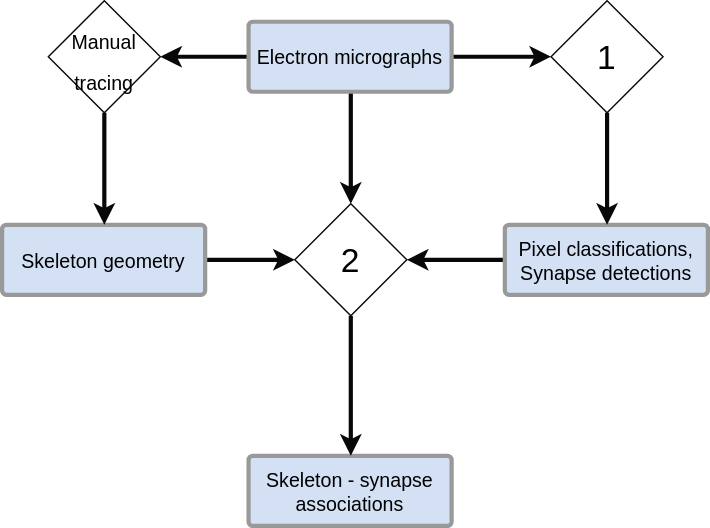
The draw.io diagram architecture/simple_architecture_v2.svg in k-dominik/skeleton_synapses, before a commit. Source tidied: cells renumbered, new cells last; positions are measured from the earlier drawing's top-left corner, leaving out a move shared by most shapes.
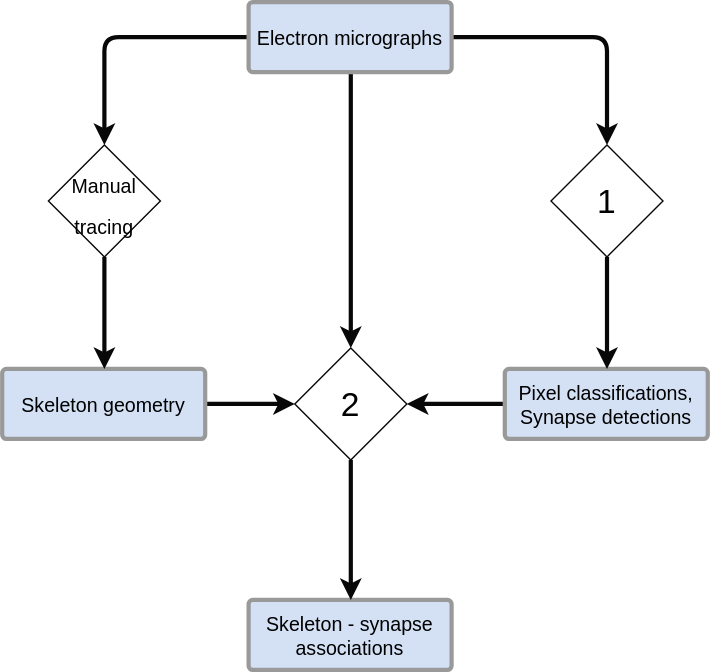
The same file after the commit.

What changed in the source:
```diff
@@ -2,17 +2,17 @@
   <root>
     <mxCell id="0" />
     <mxCell id="1" parent="0" />
+    <mxCell id="3" style="edgeStyle=orthogonalEdgeStyle;rounded=1;html=1;exitX=0.5;exitY=1;exitPerimeter=0;entryX=0.5;entryY=0;startArrow=none;startFill=0;endArrow=classic;endFill=1;jettySize=auto;strokeColor=#080808;strokeWidth=3;fontSize=24;" parent="1" edge="1" source="5" target="14">
+      <mxGeometry relative="1" as="geometry" />
+    </mxCell>
-    <mxCell id="2" style="edgeStyle=orthogonalEdgeStyle;rounded=1;html=1;exitX=1;exitY=0.5;exitPerimeter=0;entryX=0;entryY=0.5;startArrow=none;startFill=0;endArrow=classic;endFill=1;jettySize=auto;strokeColor=#080808;strokeWidth=3;fontSize=24;" parent="1" edge="1" source="5" target="12">
+    <mxCell id="2" style="edgeStyle=orthogonalEdgeStyle;rounded=1;html=1;exitX=1;exitY=0.5;exitPerimeter=0;entryX=0.5;entryY=0;startArrow=none;startFill=0;endArrow=classic;endFill=1;jettySize=auto;strokeColor=#080808;strokeWidth=3;fontSize=24;" parent="1" edge="1" source="5" target="12">
       <mxGeometry relative="1" as="geometry" />
     </mxCell>
-    <mxCell id="3" style="edgeStyle=orthogonalEdgeStyle;rounded=1;html=1;exitX=0.5;exitY=1;exitPerimeter=0;entryX=0.5;entryY=0;startArrow=none;startFill=0;endArrow=classic;endFill=1;jettySize=auto;strokeColor=#080808;strokeWidth=3;fontSize=24;" parent="1" edge="1" source="5" target="14">
-      <mxGeometry relative="1" as="geometry" />
-    </mxCell>
-    <mxCell id="4" style="edgeStyle=orthogonalEdgeStyle;rounded=1;html=1;exitX=0;exitY=0.5;exitPerimeter=0;entryX=1;entryY=0.5;startArrow=none;startFill=0;endArrow=classic;endFill=1;jettySize=auto;strokeColor=#080808;strokeWidth=3;fontSize=24;" parent="1" edge="1" source="5" target="16">
+    <mxCell id="4" style="edgeStyle=orthogonalEdgeStyle;rounded=1;html=1;exitX=0;exitY=0.5;exitPerimeter=0;entryX=0.5;entryY=0;startArrow=none;startFill=0;endArrow=classic;endFill=1;jettySize=auto;strokeColor=#080808;strokeWidth=3;fontSize=24;" parent="1" edge="1" source="5" target="16">
       <mxGeometry relative="1" as="geometry" />
     </mxCell>
     <mxCell id="5" value="Electron micrographs" style="strokeWidth=3;html=1;shape=mxgraph.flowchart.process;whiteSpace=wrap;fillColor=#D4E1F5;fontSize=14;strokeColor=#999999;" parent="1" vertex="1">
-      <mxGeometry x="176" y="15" width="145" height="50" as="geometry" />
+      <mxGeometry x="176" y="-102" width="145" height="50" as="geometry" />
     </mxCell>
     <mxCell id="6" style="edgeStyle=orthogonalEdgeStyle;rounded=1;html=1;exitX=0;exitY=0.5;exitPerimeter=0;entryX=1;entryY=0.5;startArrow=none;startFill=0;endArrow=classic;endFill=1;jettySize=auto;strokeColor=#080808;strokeWidth=3;fontSize=24;" parent="1" edge="1" source="7" target="14">
       <mxGeometry relative="1" as="geometry" />
```
